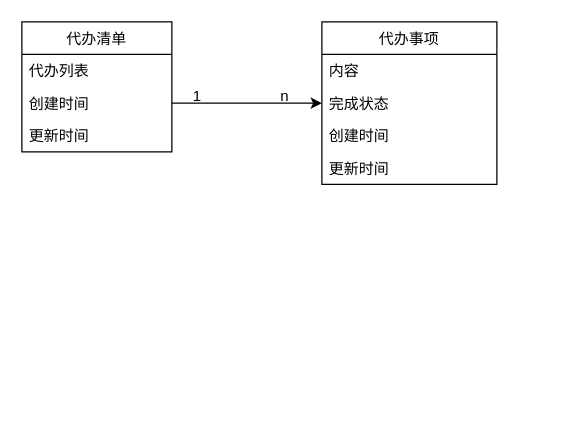
This is page "领域设计" (1 of 2) of doc/loop-01/img/loop1.drawio from igevin/terminal-todo, a draw.io file, before an edit. Source tidied: cells renumbered, new cells numbered last; positions are measured from the earlier drawing's top-left corner, leaving out a move shared by most shapes. Both pictures are drawn from the tidied source at 125%, with x=0, y=0 at pixel (21, 21).
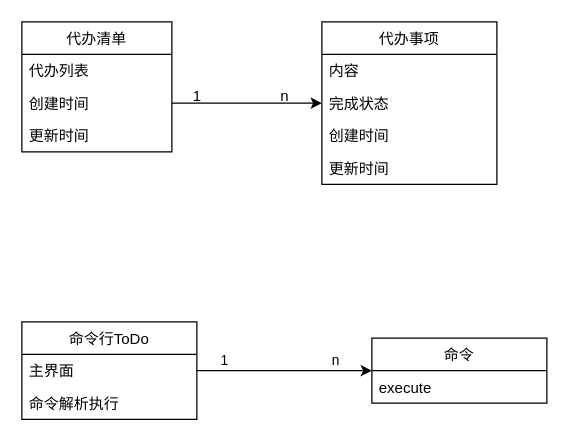
Above is the later version.

Change to the diagram source:
```diff
@@
+    <mxCell id="14" value="命令行ToDo" style="swimlane;fontStyle=0;horizontal=1;startSize=26;fillColor=none;" parent="1" vertex="1">
+      <mxGeometry y="240" width="140" height="78" as="geometry" />
+    </mxCell>
+    <mxCell id="15" value="主界面" style="text;strokeColor=none;fillColor=none;align=left;verticalAlign=top;spacingLeft=4;spacingRight=4;overflow=hidden;points=[[0,0.5],[1,0.5]];portConstraint=eastwest;" parent="14" vertex="1">
+      <mxGeometry y="26" width="140" height="26" as="geometry" />
+    </mxCell>
+    <mxCell id="16" value="命令解析执行" style="text;strokeColor=none;fillColor=none;align=left;verticalAlign=top;spacingLeft=4;spacingRight=4;overflow=hidden;" parent="14" vertex="1">
+      <mxGeometry y="52" width="140" height="26" as="geometry" />
+    </mxCell>
+    <mxCell id="17" value="命令" style="swimlane;fontStyle=0;horizontal=1;startSize=26;fillColor=none;" parent="1" vertex="1">
+      <mxGeometry x="280" y="253" width="140" height="52" as="geometry" />
+    </mxCell>
+    <mxCell id="18" value="execute" style="text;strokeColor=none;fillColor=none;align=left;verticalAlign=top;spacingLeft=4;spacingRight=4;overflow=hidden;" parent="17" vertex="1">
+      <mxGeometry y="26" width="140" height="26" as="geometry" />
+    </mxCell>
+    <mxCell id="19" style="edgeStyle=orthogonalEdgeStyle;rounded=0;jettySize=auto;html=1;exitX=1;exitY=0.5;exitDx=0;exitDy=0;" parent="1" edge="1" source="15" target="17">
+      <mxGeometry relative="1" as="geometry" />
+    </mxCell>
+    <mxCell id="20" value="1" style="edgeLabel;html=1;align=center;verticalAlign=middle;" parent="19" vertex="1">
+      <mxGeometry x="-0.7" y="2" relative="1" as="geometry">
+        <mxPoint y="-7" as="offset" />
+      </mxGeometry>
+    </mxCell>
+    <mxCell id="21" value="n" style="edgeLabel;html=1;align=center;verticalAlign=middle;" parent="19" vertex="1">
+      <mxGeometry x="0.51" y="-2" relative="1" as="geometry">
+        <mxPoint x="4" y="-11" as="offset" />
+      </mxGeometry>
+    </mxCell>
```
